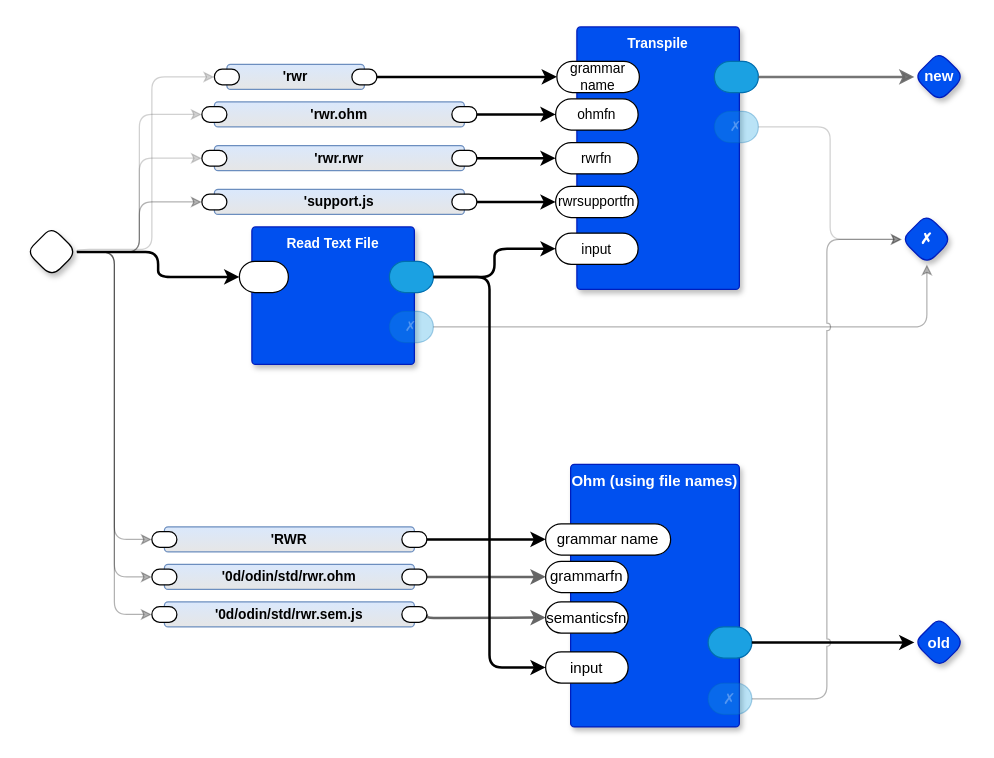
This is page "main" (1 of 2) of rwr.drawio from guitarvydas/rwr, a draw.io file, before an edit. Source tidied: cells renumbered, new cells numbered last; positions are measured from the earlier drawing's top-left corner, leaving out a move shared by most shapes. Both pictures are drawn from the tidied source at 125%, with x=0, y=0 at pixel (26, 26).
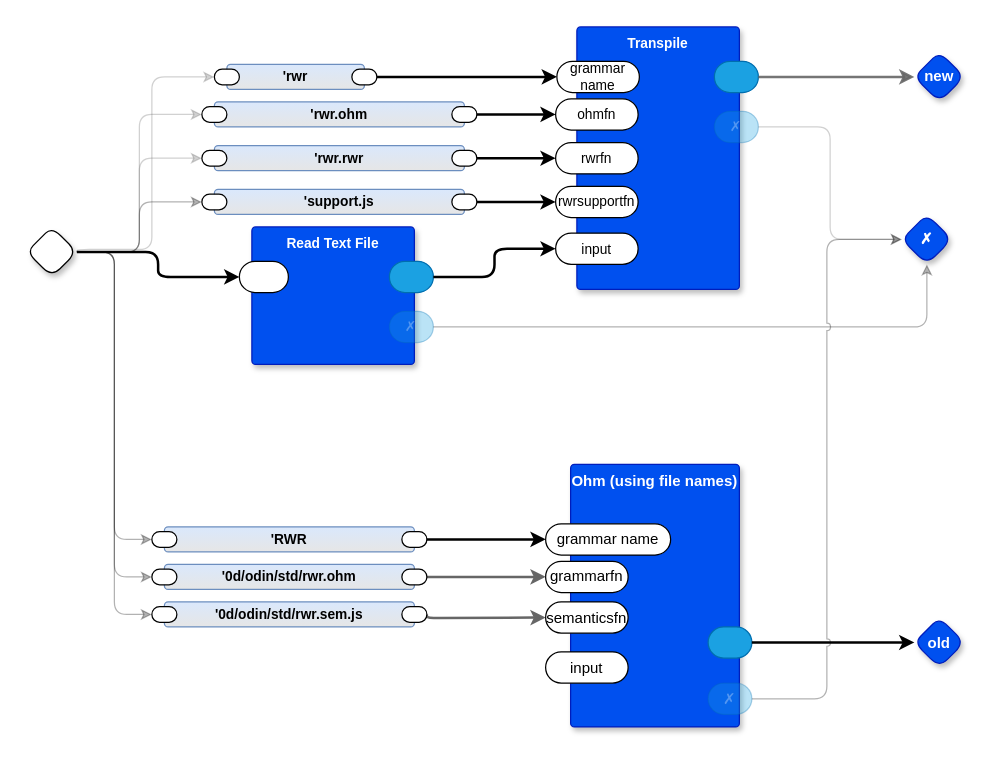
The same page after the edit.

Unchanged cells that the change refers to:
```xml
<mxCell id="37" style="rounded=1;whiteSpace=wrap;sketch=0;points=[[0,0.5,0,0,0],[1,0.5,0,0,0]];fillColor=#1ba1e2;fontColor=#ffffff;strokeColor=#006EAF;arcSize=50;fontFamily=Helvetica;fontSize=11;" parent="35" vertex="1">
  <mxGeometry x="110" y="27.5" width="35.2" height="25" as="geometry" />
</mxCell>
<mxCell id="46" value="input" style="rounded=1;whiteSpace=wrap;html=1;sketch=0;points=[[0,0.5,0,0,0],[1,0.5,0,0,0]];arcSize=50;" parent="42" vertex="1">
  <mxGeometry x="-20" y="150" width="66" height="25" as="geometry" />
</mxCell>
```

The edit, as a diff of the source:
```diff
@@
-    <mxCell id="67" style="edgeStyle=orthogonalEdgeStyle;curved=0;rounded=1;jettySize=auto;html=1;exitX=1;exitY=0.5;exitDx=0;exitDy=0;exitPerimeter=0;entryX=0;entryY=0.5;entryDx=0;entryDy=0;entryPerimeter=0;strokeColor=default;strokeWidth=2;align=center;verticalAlign=middle;fontFamily=Helvetica;fontSize=11;fontColor=default;labelBackgroundColor=default;endArrow=classic;" parent="1" edge="1" source="37" target="46">
-      <mxGeometry relative="1" as="geometry" />
-    </mxCell>
```
